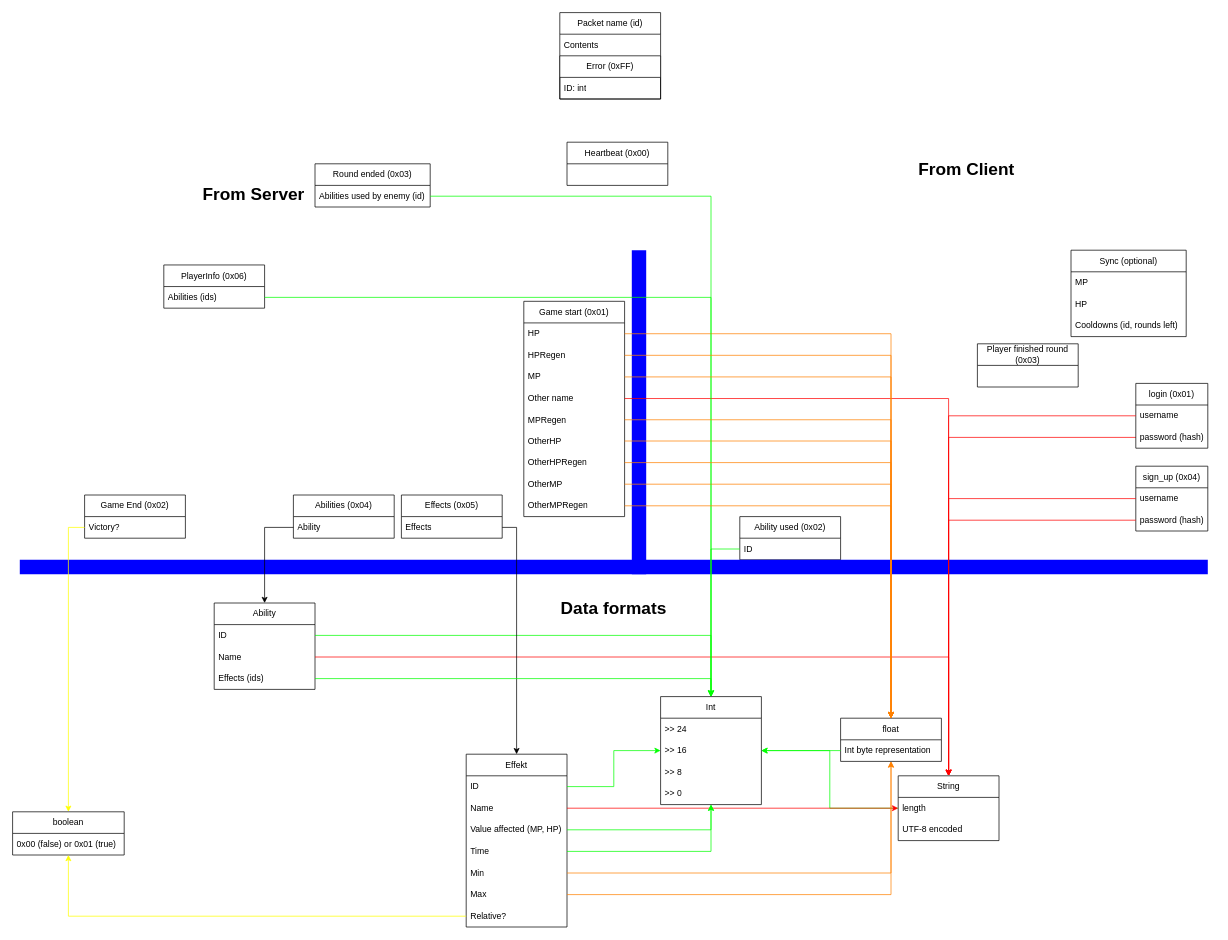
Earlier version of the draw.io diagram src/Network/Packets.drawio (Schatten2021/informatik_project_game). Source tidied: cells renumbered, new cells numbered last; positions are measured from the earlier drawing's top-left corner, leaving out a move shared by most shapes. Both pictures are drawn from the tidied source at 72%, with x=0, y=0 at pixel (12, 12).
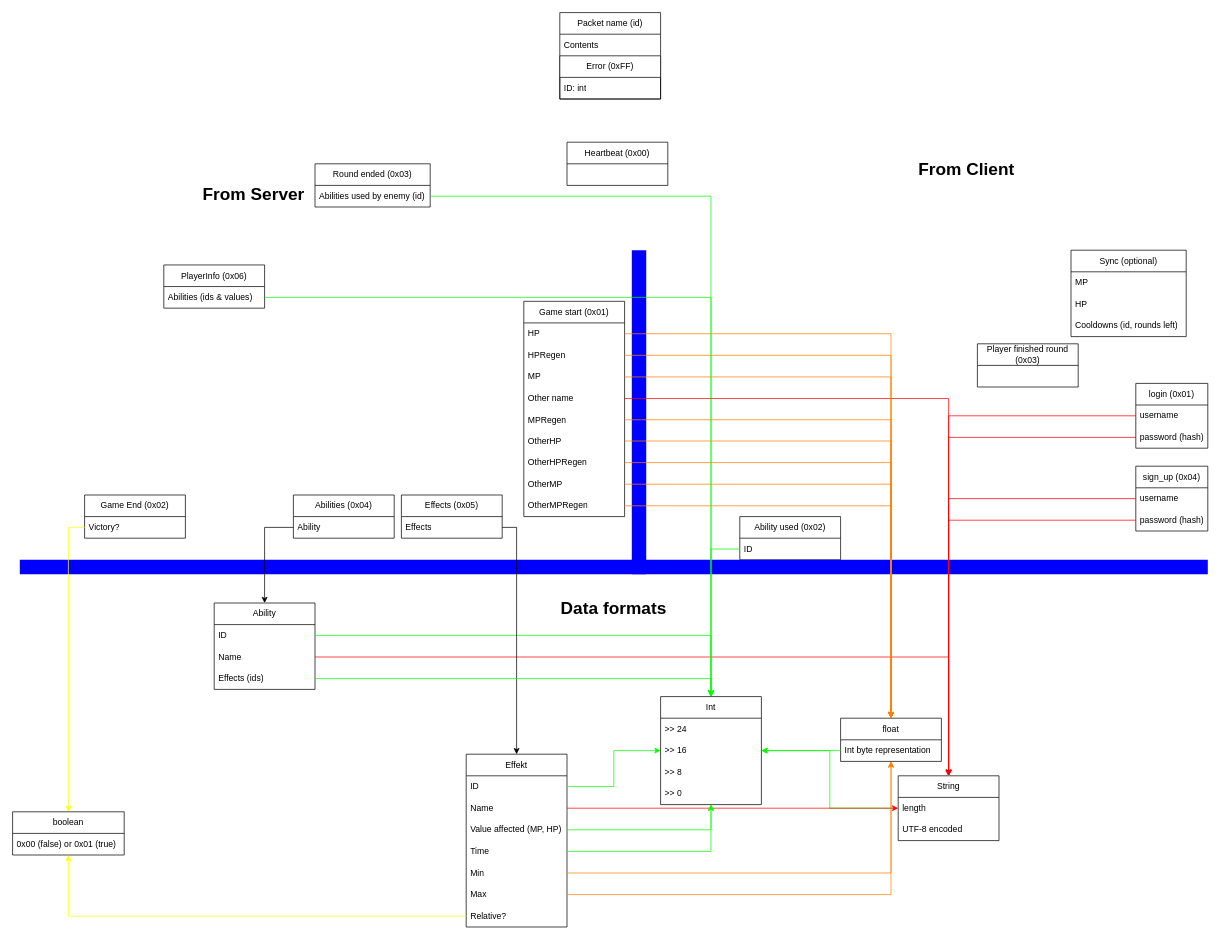
The same page after the edit.

The change refers to these unchanged cells:
```xml
<mxCell id="92" value="PlayerInfo (0x06)" style="swimlane;fontStyle=0;horizontal=1;startSize=30;whiteSpace=wrap;html=1;" parent="1" vertex="1">
  <mxGeometry x="210" y="350.5" width="140" height="60" as="geometry" />
</mxCell>
```

What changed in the source:
```diff
@@
-    <mxCell id="93" value="Abilities (ids)" style="text;strokeColor=none;fillColor=none;align=left;verticalAlign=middle;spacingLeft=4;spacingRight=4;overflow=hidden;points=[[0,0.5],[1,0.5]];portConstraint=eastwest;whiteSpace=wrap;html=1;" parent="92" vertex="1">
+    <mxCell id="93" value="Abilities (ids &amp;amp; values)" style="text;strokeColor=none;fillColor=none;align=left;verticalAlign=middle;spacingLeft=4;spacingRight=4;overflow=hidden;points=[[0,0.5],[1,0.5]];portConstraint=eastwest;whiteSpace=wrap;html=1;" parent="92" vertex="1">
       <mxGeometry y="30" width="140" height="30" as="geometry" />
     </mxCell>
```
